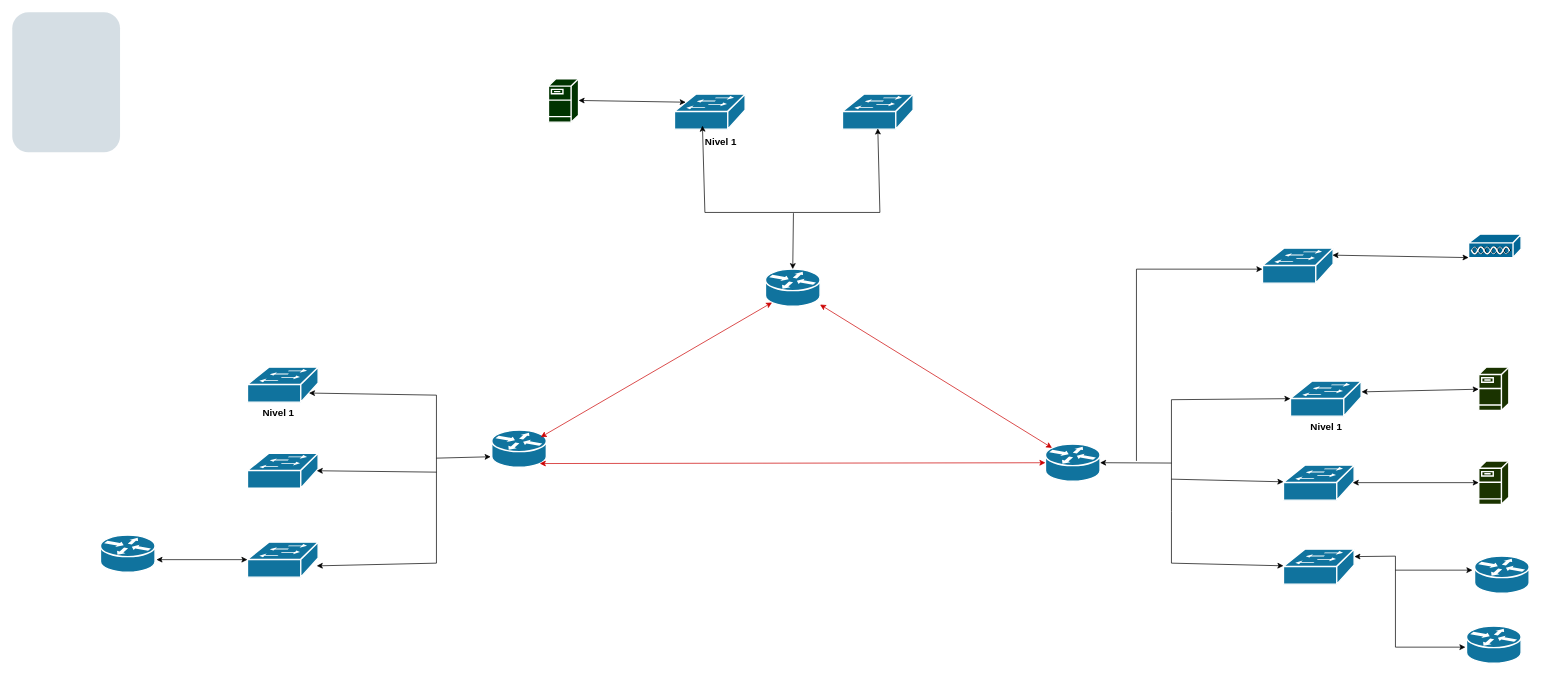
The draw.io diagram Diagrama sin título.drawio in jramose2/Redes, before the edit. Source tidied: cells renumbered, new cells numbered last; positions are measured from the earlier drawing's top-left corner, leaving out a move shared by most shapes. Both pictures are drawn from the tidied source at 70%, with x=0, y=0 at pixel (12, 12).
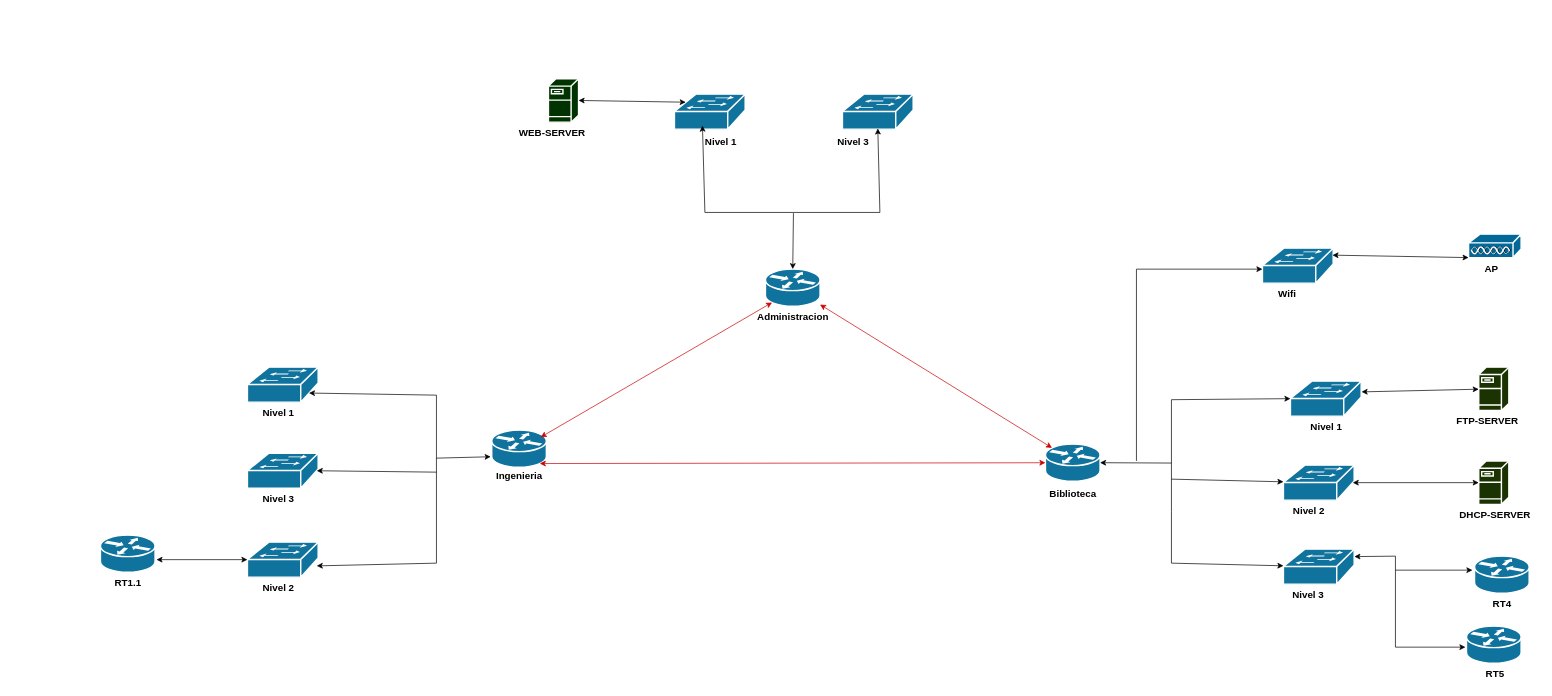
The same page after the edit.

Change to the diagram source:
```diff
@@
-    <mxCell id="2" style="rounded=1;whiteSpace=wrap;html=1;strokeColor=none;fillColor=#BAC8D3;fontSize=24;fontColor=#23445D;align=center;opacity=60;" parent="1" vertex="1">
-      <mxGeometry width="154" height="200" as="geometry" />
-    </mxCell>
@@
+    <mxCell id="45" value="&lt;font style=&quot;font-size: 14px;&quot;&gt;&lt;b&gt;Nivel 3&lt;/b&gt;&lt;/font&gt;" style="text;html=1;align=center;verticalAlign=middle;strokeColor=none;fillColor=none;" parent="1" vertex="1">
+      <mxGeometry x="345" y="680" width="70" height="30" as="geometry" />
+    </mxCell>
+    <mxCell id="46" value="&lt;font style=&quot;font-size: 14px;&quot;&gt;&lt;b&gt;Nivel 3&lt;/b&gt;&lt;/font&gt;" style="text;html=1;align=center;verticalAlign=middle;strokeColor=none;fillColor=none;" parent="1" vertex="1">
+      <mxGeometry x="1166" y="170" width="70" height="30" as="geometry" />
+    </mxCell>
+    <mxCell id="47" value="&lt;font style=&quot;font-size: 14px;&quot;&gt;&lt;b&gt;Nivel 3&lt;/b&gt;&lt;/font&gt;" style="text;html=1;align=center;verticalAlign=middle;strokeColor=none;fillColor=none;" parent="1" vertex="1">
+      <mxGeometry x="1816" y="817" width="70" height="30" as="geometry" />
+    </mxCell>
+    <mxCell id="48" value="&lt;font style=&quot;font-size: 14px;&quot;&gt;&lt;b&gt;Nivel 2&lt;/b&gt;&lt;/font&gt;" style="text;html=1;align=center;verticalAlign=middle;strokeColor=none;fillColor=none;" parent="1" vertex="1">
+      <mxGeometry x="345" y="807" width="70" height="30" as="geometry" />
+    </mxCell>
+    <mxCell id="49" value="&lt;font style=&quot;font-size: 14px;&quot;&gt;&lt;b&gt;Nivel 2&lt;/b&gt;&lt;/font&gt;" style="text;html=1;align=center;verticalAlign=middle;strokeColor=none;fillColor=none;" parent="1" vertex="1">
+      <mxGeometry x="1817" y="697" width="70" height="30" as="geometry" />
+    </mxCell>
+    <mxCell id="50" value="&lt;span style=&quot;font-size: 14px;&quot;&gt;&lt;b&gt;Administracion&lt;/b&gt;&lt;/span&gt;" style="text;html=1;align=center;verticalAlign=middle;strokeColor=none;fillColor=none;" parent="1" vertex="1">
+      <mxGeometry x="1050" y="420" width="130" height="30" as="geometry" />
+    </mxCell>
+    <mxCell id="51" value="&lt;span style=&quot;font-size: 14px;&quot;&gt;&lt;b&gt;Ingenieria&lt;/b&gt;&lt;/span&gt;" style="text;html=1;align=center;verticalAlign=middle;strokeColor=none;fillColor=none;" parent="1" vertex="1">
+      <mxGeometry x="679" y="647" width="90" height="30" as="geometry" />
+    </mxCell>
+    <mxCell id="52" value="&lt;span style=&quot;font-size: 14px;&quot;&gt;&lt;b&gt;Biblioteca&lt;/b&gt;&lt;/span&gt;" style="text;html=1;align=center;verticalAlign=middle;strokeColor=none;fillColor=none;" parent="1" vertex="1">
+      <mxGeometry x="1470" y="673" width="90" height="30" as="geometry" />
+    </mxCell>
+    <mxCell id="53" value="&lt;span style=&quot;font-size: 14px;&quot;&gt;&lt;b&gt;WEB-SERVER&lt;/b&gt;&lt;/span&gt;" style="text;html=1;align=center;verticalAlign=middle;strokeColor=none;fillColor=none;" parent="1" vertex="1">
+      <mxGeometry x="711" y="157" width="120" height="30" as="geometry" />
+    </mxCell>
+    <mxCell id="54" value="&lt;span style=&quot;font-size: 14px;&quot;&gt;&lt;b&gt;FTP-SERVER&lt;/b&gt;&lt;/span&gt;" style="text;html=1;align=center;verticalAlign=middle;strokeColor=none;fillColor=none;" parent="1" vertex="1">
+      <mxGeometry x="2052" y="569" width="110" height="30" as="geometry" />
+    </mxCell>
+    <mxCell id="55" value="&lt;span style=&quot;font-size: 14px;&quot;&gt;&lt;b&gt;DHCP-SERVER&lt;/b&gt;&lt;/span&gt;" style="text;html=1;align=center;verticalAlign=middle;strokeColor=none;fillColor=none;" parent="1" vertex="1">
+      <mxGeometry x="2053" y="703" width="130" height="30" as="geometry" />
+    </mxCell>
+    <mxCell id="56" value="&lt;span style=&quot;font-size: 14px;&quot;&gt;&lt;b&gt;RT4&lt;/b&gt;&lt;/span&gt;" style="text;html=1;align=center;verticalAlign=middle;strokeColor=none;fillColor=none;" parent="1" vertex="1">
+      <mxGeometry x="2103" y="830" width="50" height="30" as="geometry" />
+    </mxCell>
+    <mxCell id="57" value="&lt;span style=&quot;font-size: 14px;&quot;&gt;&lt;b&gt;RT5&lt;/b&gt;&lt;/span&gt;" style="text;html=1;align=center;verticalAlign=middle;strokeColor=none;fillColor=none;" parent="1" vertex="1">
+      <mxGeometry x="2093" y="930" width="50" height="30" as="geometry" />
+    </mxCell>
+    <mxCell id="58" value="&lt;span style=&quot;font-size: 14px;&quot;&gt;&lt;b&gt;RT1.1&lt;/b&gt;&lt;/span&gt;" style="text;html=1;align=center;verticalAlign=middle;strokeColor=none;fillColor=none;" parent="1" vertex="1">
+      <mxGeometry x="135" y="800" width="60" height="30" as="geometry" />
+    </mxCell>
+    <mxCell id="59" value="&lt;span style=&quot;font-size: 14px;&quot;&gt;&lt;b&gt;Wifi&lt;/b&gt;&lt;/span&gt;" style="text;html=1;align=center;verticalAlign=middle;strokeColor=none;fillColor=none;" parent="1" vertex="1">
+      <mxGeometry x="1796" y="387" width="50" height="30" as="geometry" />
+    </mxCell>
+    <mxCell id="60" value="&lt;span style=&quot;font-size: 14px;&quot;&gt;&lt;b&gt;AP&lt;/b&gt;&lt;/span&gt;" style="text;html=1;align=center;verticalAlign=middle;strokeColor=none;fillColor=none;" parent="1" vertex="1">
+      <mxGeometry x="2093" y="351" width="40" height="30" as="geometry" />
+    </mxCell>
```
